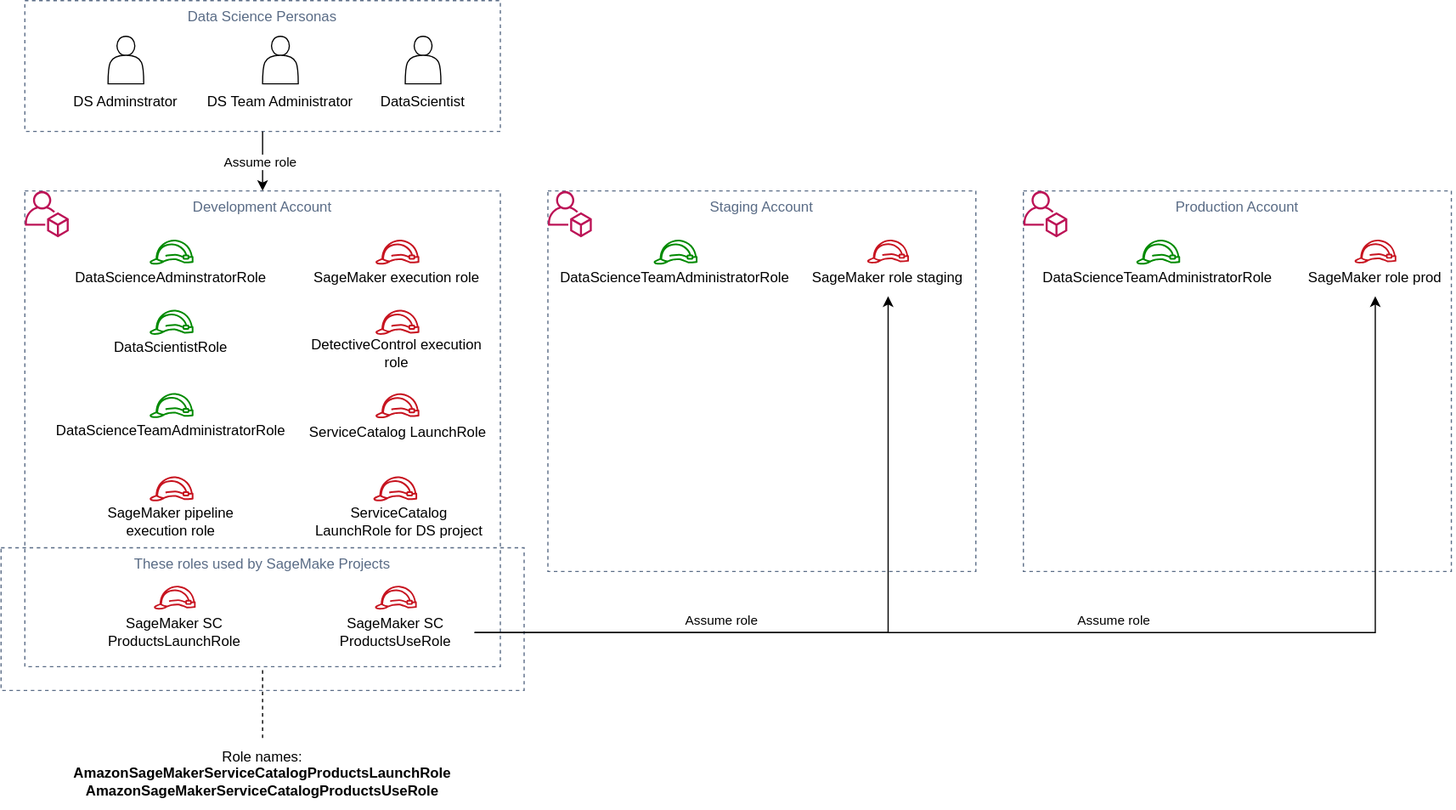
Earlier version of the draw.io export design/ml-ops-iam.drawio.svg (aws-samples/amazon-sagemaker-secure-mlops). Source tidied: cells renumbered, new cells last; positions are measured from the earlier drawing's top-left corner, leaving out a move shared by most shapes.
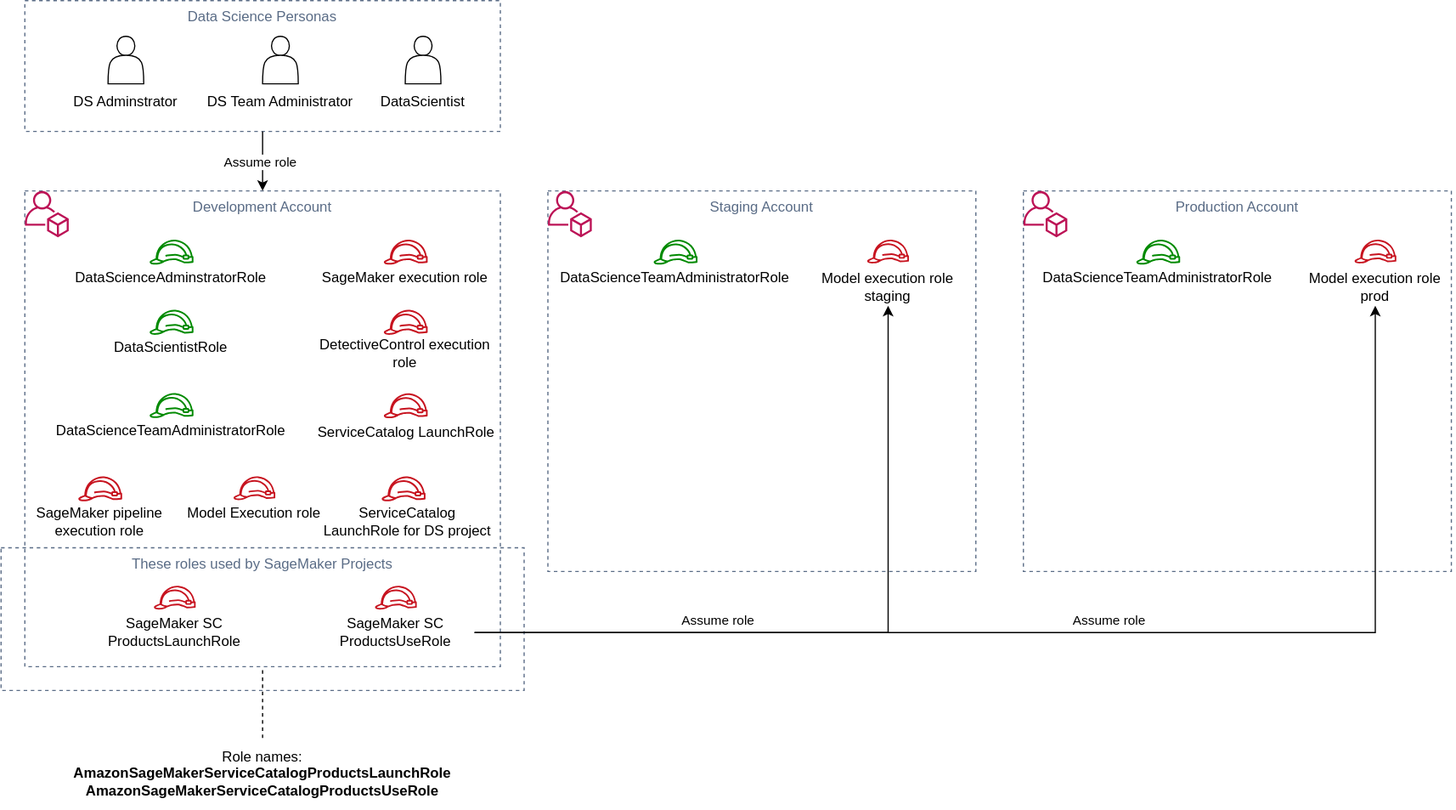
After the change.

What changed in the source:
```diff
@@ -5,7 +5,7 @@
     <mxCell id="2" value="Data Science Personas" style="fillColor=none;strokeColor=#5A6C86;dashed=1;verticalAlign=top;fontStyle=0;fontColor=#5A6C86;" parent="1" vertex="1">
       <mxGeometry x="20" width="400" height="110" as="geometry" />
     </mxCell>
-    <mxCell id="3" value="These roles used by SageMake Projects" style="fillColor=none;strokeColor=#5A6C86;dashed=1;verticalAlign=top;fontStyle=0;fontColor=#5A6C86;" parent="1" vertex="1">
+    <mxCell id="3" value="These roles used by SageMaker Projects" style="fillColor=none;strokeColor=#5A6C86;dashed=1;verticalAlign=top;fontStyle=0;fontColor=#5A6C86;" parent="1" vertex="1">
       <mxGeometry y="460" width="440" height="120" as="geometry" />
     </mxCell>
     <mxCell id="4" value="Development Account" style="fillColor=none;strokeColor=#5A6C86;dashed=1;verticalAlign=top;fontStyle=0;fontColor=#5A6C86;" parent="1" vertex="1">
@@ -30,7 +30,7 @@
       <mxGeometry x="44.8" width="37.2" height="21" as="geometry" />
     </mxCell>
     <mxCell id="11" style="group;align=center;" parent="1" vertex="1">
-      <mxGeometry x="270" y="260" width="150" height="57.2" as="geometry" />
+      <mxGeometry x="277" y="260" width="150" height="57.2" as="geometry" />
     </mxCell>
     <mxCell id="12" value="DetectiveControl execution role" style="text;html=1;strokeColor=none;fillColor=none;align=center;verticalAlign=middle;whiteSpace=wrap;rounded=0;" parent="11" vertex="1">
       <mxGeometry x="-11.6" y="21" width="150" height="31.2" as="geometry" />
@@ -107,8 +107,8 @@
     <mxCell id="36" style="fontColor=#232F3E;gradientColor=none;fillColor=#C7131F;strokeColor=none;dashed=0;verticalLabelPosition=bottom;verticalAlign=top;align=center;html=1;fontSize=12;fontStyle=0;shape=mxgraph.aws4.role;" parent="35" vertex="1">
       <mxGeometry x="48.4" width="35.5" height="20" as="geometry" />
     </mxCell>
-    <mxCell id="37" value="SageMaker role staging" style="text;html=1;strokeColor=none;fillColor=none;align=center;verticalAlign=middle;whiteSpace=wrap;rounded=0;" parent="35" vertex="1">
-      <mxGeometry y="17" width="132.3" height="30.5" as="geometry" />
+    <mxCell id="37" value="Model execution role staging" style="text;html=1;strokeColor=none;fillColor=none;align=center;verticalAlign=middle;whiteSpace=wrap;rounded=0;" parent="35" vertex="1">
+      <mxGeometry y="25" width="132.3" height="30.5" as="geometry" />
     </mxCell>
     <mxCell id="38" style="group;" parent="1" vertex="1">
       <mxGeometry x="1090" y="201" width="132.3" height="50.5" as="geometry" />
@@ -116,11 +116,11 @@
     <mxCell id="39" style="fontColor=#232F3E;gradientColor=none;fillColor=#C7131F;strokeColor=none;dashed=0;verticalLabelPosition=bottom;verticalAlign=top;align=center;html=1;fontSize=12;fontStyle=0;shape=mxgraph.aws4.role;" parent="38" vertex="1">
       <mxGeometry x="48.4" width="35.5" height="20" as="geometry" />
     </mxCell>
-    <mxCell id="40" value="SageMaker role prod" style="text;html=1;strokeColor=none;fillColor=none;align=center;verticalAlign=middle;whiteSpace=wrap;rounded=0;" parent="38" vertex="1">
-      <mxGeometry y="17" width="132.3" height="30.5" as="geometry" />
+    <mxCell id="40" value="Model execution role prod" style="text;html=1;strokeColor=none;fillColor=none;align=center;verticalAlign=middle;whiteSpace=wrap;rounded=0;" parent="38" vertex="1">
+      <mxGeometry y="25" width="132.3" height="30.5" as="geometry" />
     </mxCell>
     <mxCell id="41" style="group;align=center;" parent="1" vertex="1">
-      <mxGeometry x="270" y="201" width="150" height="57.2" as="geometry" />
+      <mxGeometry x="277" y="201" width="150" height="57.2" as="geometry" />
     </mxCell>
     <mxCell id="42" value="SageMaker execution role" style="text;html=1;strokeColor=none;fillColor=none;align=center;verticalAlign=middle;whiteSpace=wrap;rounded=0;" parent="41" vertex="1">
       <mxGeometry x="-11.6" y="16" width="150" height="31.2" as="geometry" />
@@ -144,13 +144,13 @@
       <mxGeometry x="44.8" width="37.2" height="21" as="geometry" />
     </mxCell>
     <mxCell id="49" value="ServiceCatalog LaunchRole" style="text;html=1;strokeColor=none;fillColor=none;align=center;verticalAlign=middle;whiteSpace=wrap;rounded=0;" parent="1" vertex="1">
-      <mxGeometry x="252.6" y="347.2" width="161.6" height="31.2" as="geometry" />
+      <mxGeometry x="259.6" y="347.2" width="161.6" height="31.2" as="geometry" />
     </mxCell>
     <mxCell id="50" style="fontColor=#232F3E;gradientColor=none;fillColor=#C7131F;strokeColor=none;dashed=0;verticalLabelPosition=bottom;verticalAlign=top;align=center;html=1;fontSize=12;fontStyle=0;shape=mxgraph.aws4.role;" parent="1" vertex="1">
-      <mxGeometry x="314.8" y="330.2" width="37.2" height="21" as="geometry" />
+      <mxGeometry x="321.8" y="330.2" width="37.2" height="21" as="geometry" />
     </mxCell>
     <mxCell id="51" style="group;" parent="1" vertex="1">
-      <mxGeometry x="260" y="400" width="188.9" height="183.2" as="geometry" />
+      <mxGeometry x="267" y="400" width="188.9" height="183.2" as="geometry" />
     </mxCell>
     <mxCell id="52" value="ServiceCatalog LaunchRole for DS project" style="text;html=1;strokeColor=none;fillColor=none;align=center;verticalAlign=middle;whiteSpace=wrap;rounded=0;" parent="51" vertex="1">
       <mxGeometry y="22" width="150" height="31.2" as="geometry" />
@@ -203,7 +203,7 @@
       <mxGeometry x="80" y="620" width="280" height="60" as="geometry" />
     </mxCell>
     <mxCell id="66" style="group;align=center;" parent="1" vertex="1">
-      <mxGeometry x="80" y="400" width="150" height="57.2" as="geometry" />
+      <mxGeometry x="20" y="400" width="150" height="57.2" as="geometry" />
     </mxCell>
     <mxCell id="67" value="SageMaker pipeline execution role" style="text;html=1;strokeColor=none;fillColor=none;align=center;verticalAlign=middle;whiteSpace=wrap;rounded=0;" parent="66" vertex="1">
       <mxGeometry x="-11.6" y="22" width="150" height="31.2" as="geometry" />
@@ -211,5 +211,14 @@
     <mxCell id="68" style="fontColor=#232F3E;gradientColor=none;fillColor=#C7131F;strokeColor=none;dashed=0;verticalLabelPosition=bottom;verticalAlign=top;align=center;html=1;fontSize=12;fontStyle=0;shape=mxgraph.aws4.role;" parent="66" vertex="1">
       <mxGeometry x="44.8" width="37.2" height="21" as="geometry" />
     </mxCell>
+    <mxCell id="69" style="group;" parent="1" vertex="1">
+      <mxGeometry x="147" y="400" width="132.3" height="54.5" as="geometry" />
+    </mxCell>
+    <mxCell id="70" style="fontColor=#232F3E;gradientColor=none;fillColor=#C7131F;strokeColor=none;dashed=0;verticalLabelPosition=bottom;verticalAlign=top;align=center;html=1;fontSize=12;fontStyle=0;shape=mxgraph.aws4.role;" parent="69" vertex="1">
+      <mxGeometry x="48.4" width="35.5" height="20" as="geometry" />
+    </mxCell>
+    <mxCell id="71" value="Model Execution role" style="text;html=1;strokeColor=none;fillColor=none;align=center;verticalAlign=middle;whiteSpace=wrap;rounded=0;" parent="69" vertex="1">
+      <mxGeometry y="16" width="132.3" height="30.5" as="geometry" />
+    </mxCell>
   </root>
 </mxGraphModel>
```
